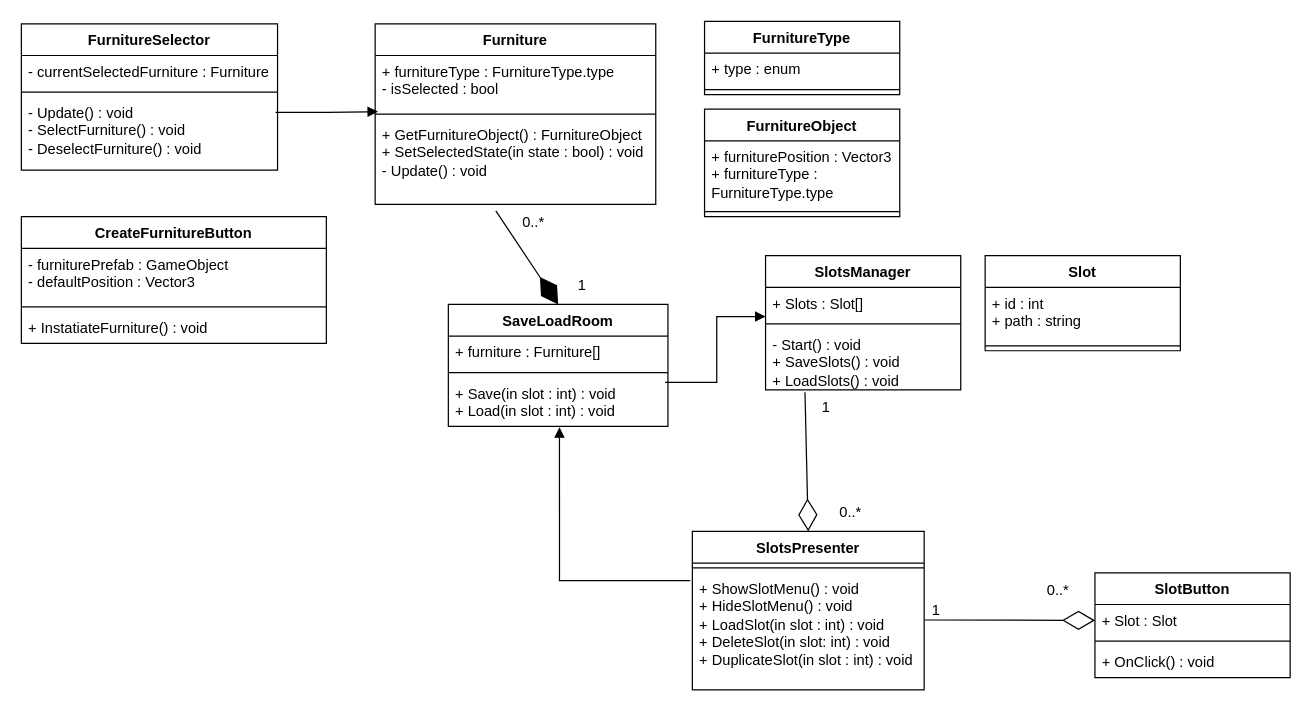
Before: Assets/Documents/Architecture.drawio in theTman2300/Room_Customizer, a draw.io diagram. Source tidied: cells renumbered, new cells numbered last; positions are measured from the earlier drawing's top-left corner, leaving out a move shared by most shapes. Both pictures are drawn from the tidied source at 122%, with x=0, y=0 at pixel (21, 21).
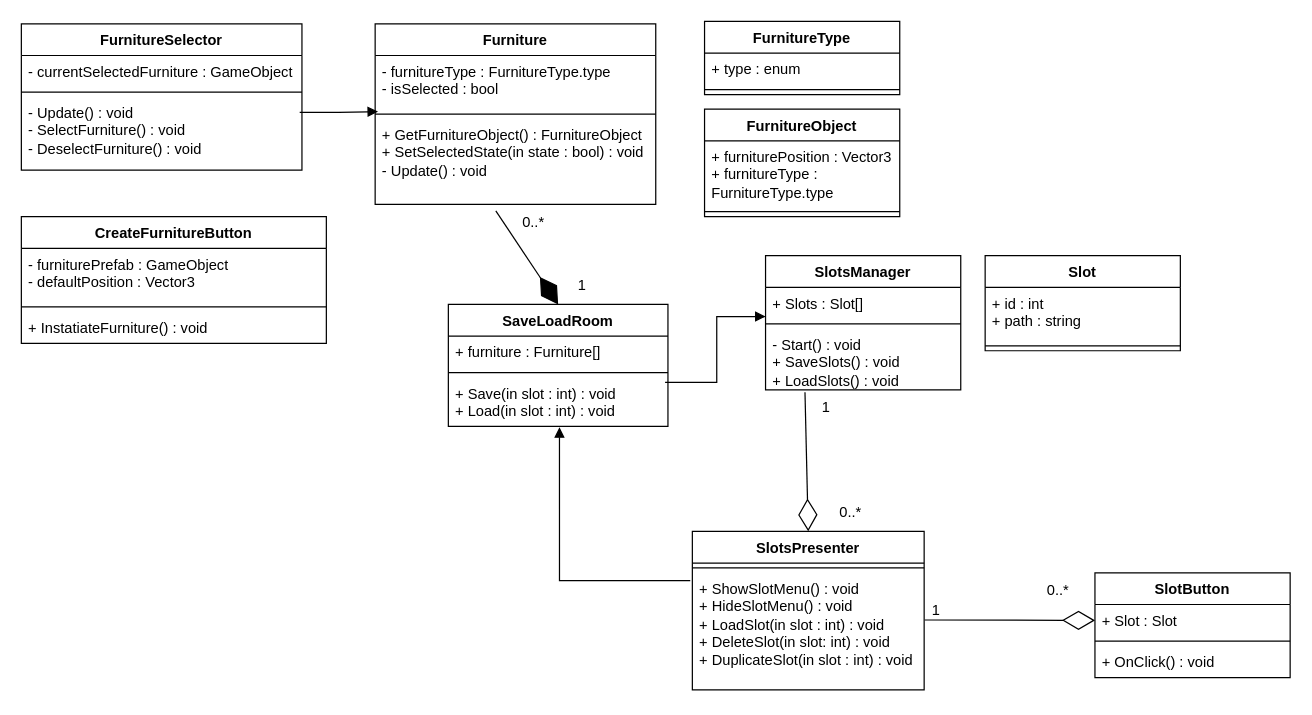
Above is the later version.

The change refers to these unchanged cells:
```xml
<mxCell id="24" value="F&lt;span style=&quot;background-color: transparent; color: light-dark(rgb(0, 0, 0), rgb(255, 255, 255));&quot;&gt;urniture&lt;/span&gt;" style="swimlane;fontStyle=1;align=center;verticalAlign=top;horizontal=1;startSize=26;whiteSpace=wrap;html=1;" parent="1" vertex="1">
  <mxGeometry x="290" y="2" width="230" height="148" as="geometry" />
</mxCell>
```

Change to the diagram source:
```diff
@@
-    <mxCell id="25" value="+ furnitureType : FurnitureType.type&lt;div&gt;- isSelected : bool&lt;/div&gt;" style="text;strokeColor=none;fillColor=none;align=left;verticalAlign=top;spacingLeft=4;spacingRight=4;overflow=hidden;points=[[0,0.5],[1,0.5]];portConstraint=eastwest;whiteSpace=wrap;html=1;" parent="24" vertex="1">
+    <mxCell id="25" value="- furnitureType : FurnitureType.type&lt;div&gt;- isSelected : bool&lt;/div&gt;" style="text;strokeColor=none;fillColor=none;align=left;verticalAlign=top;spacingLeft=4;spacingRight=4;overflow=hidden;points=[[0,0.5],[1,0.5]];portConstraint=eastwest;whiteSpace=wrap;html=1;" parent="24" vertex="1">
       <mxGeometry y="26" width="230" height="44" as="geometry" />
     </mxCell>
@@
     <mxCell id="45" value="FurnitureSelector" style="swimlane;fontStyle=1;align=center;verticalAlign=top;horizontal=1;startSize=26;whiteSpace=wrap;html=1;" parent="1" vertex="1">
-      <mxGeometry y="2" width="210" height="120" as="geometry" />
+      <mxGeometry y="2" width="230" height="120" as="geometry" />
     </mxCell>
-    <mxCell id="46" value="- currentSelectedFurniture : Furniture" style="text;strokeColor=none;fillColor=none;align=left;verticalAlign=top;spacingLeft=4;spacingRight=4;overflow=hidden;whiteSpace=wrap;html=1;" parent="45" vertex="1">
-      <mxGeometry y="26" width="210" height="26" as="geometry" />
+    <mxCell id="46" value="- currentSelectedFurniture : GameObject" style="text;strokeColor=none;fillColor=none;align=left;verticalAlign=top;spacingLeft=4;spacingRight=4;overflow=hidden;whiteSpace=wrap;html=1;" parent="45" vertex="1">
+      <mxGeometry y="26" width="230" height="26" as="geometry" />
     </mxCell>
     <mxCell id="47" style="line;strokeWidth=1;fillColor=none;align=left;verticalAlign=middle;spacingTop=-1;spacingLeft=3;spacingRight=3;labelPosition=right;strokeColor=inherit;" parent="45" vertex="1">
-      <mxGeometry y="52" width="210" height="8" as="geometry" />
+      <mxGeometry y="52" width="230" height="8" as="geometry" />
     </mxCell>
     <mxCell id="48" value="- Update() : void&lt;div&gt;- SelectFurniture() : void&lt;/div&gt;&lt;div&gt;- DeselectFurniture() : void&lt;/div&gt;" style="text;strokeColor=none;fillColor=none;align=left;verticalAlign=top;spacingLeft=4;spacingRight=4;overflow=hidden;points=[[0,0.5],[1,0.5]];portConstraint=eastwest;whiteSpace=wrap;html=1;" parent="45" vertex="1">
-      <mxGeometry y="60" width="210" height="60" as="geometry" />
+      <mxGeometry y="60" width="230" height="60" as="geometry" />
     </mxCell>
```
